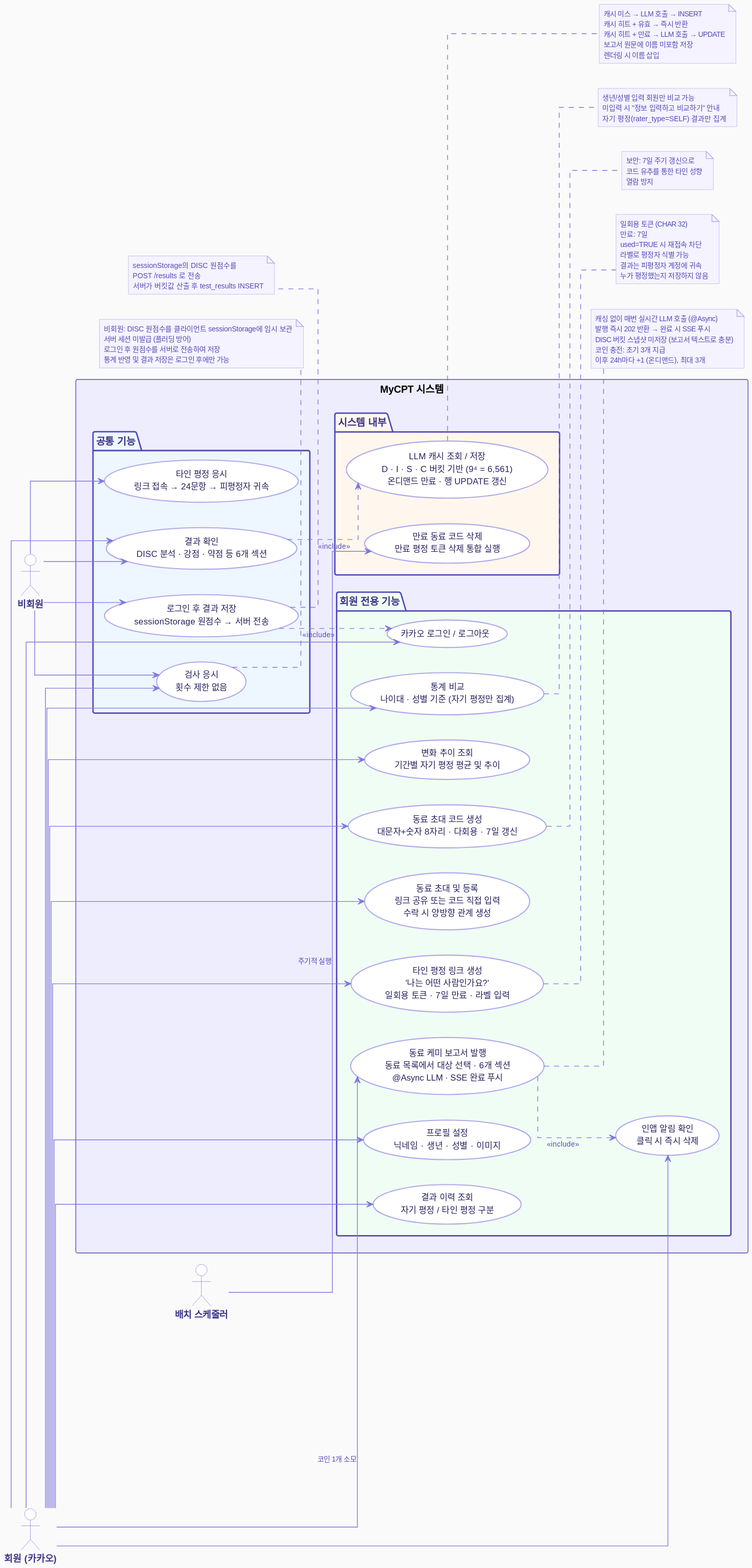
The PlantUML diagram docs/images/MyCPT_UseCase.svg in Yush1nk1m/MyCPT, before a commit.
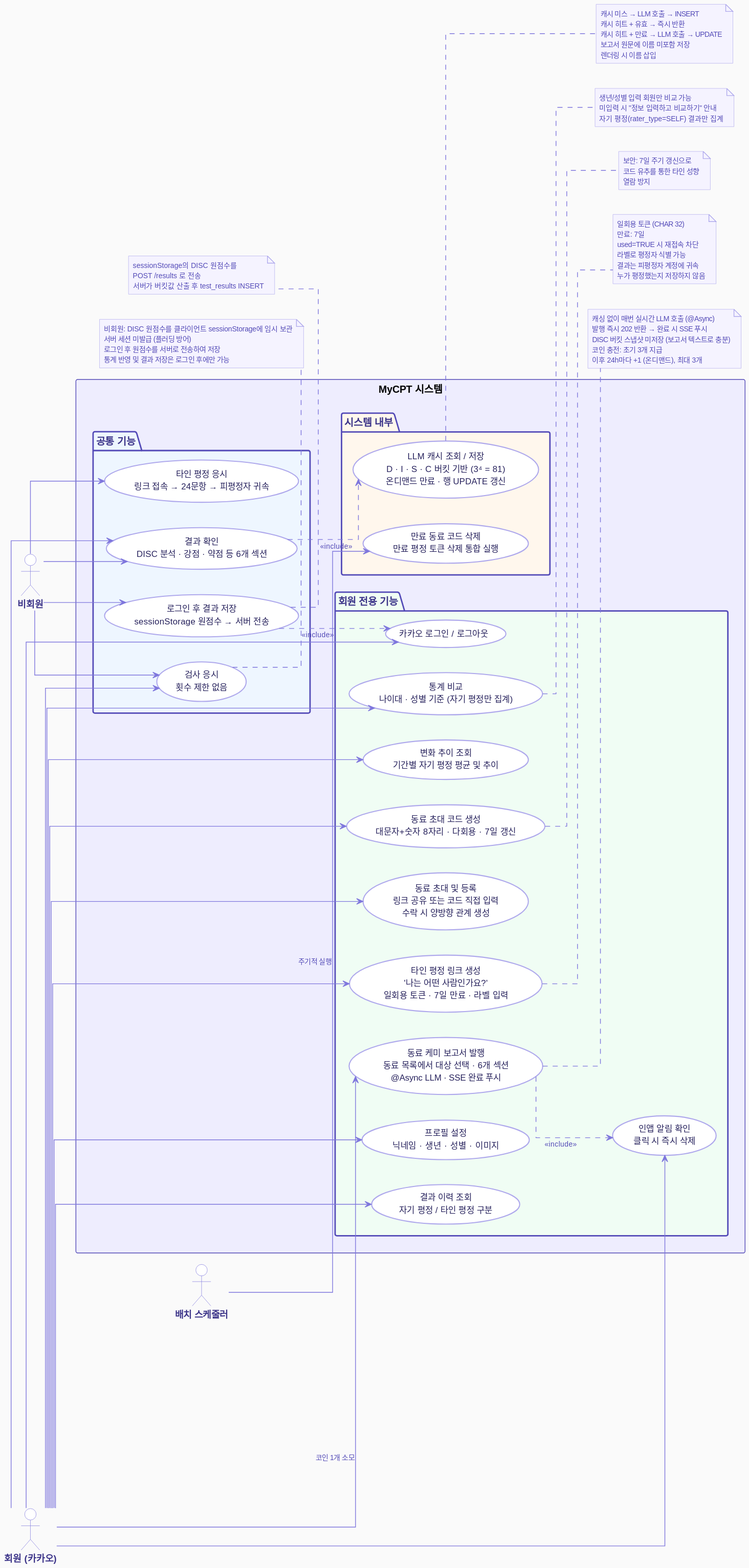
The same diagram one commit later.

What changed in the source:
```diff
@@ -66,7 +66,7 @@
   }
 
   package "시스템 내부" #FFF7ED {
-    usecase "LLM 캐시 조회 / 저장\nD · I · S · C 버킷 기반 (9⁴ = 6,561)\n온디맨드 만료 · 행 UPDATE 갱신" as UC_Cache
+    usecase "LLM 캐시 조회 / 저장\nD · I · S · C 버킷 기반 (3⁴ = 81)\n온디맨드 만료 · 행 UPDATE 갱신" as UC_Cache
     usecase "만료 동료 코드 삭제\n만료 평정 토큰 삭제 통합 실행" as UC_CleanBatch
   }
 }
```
